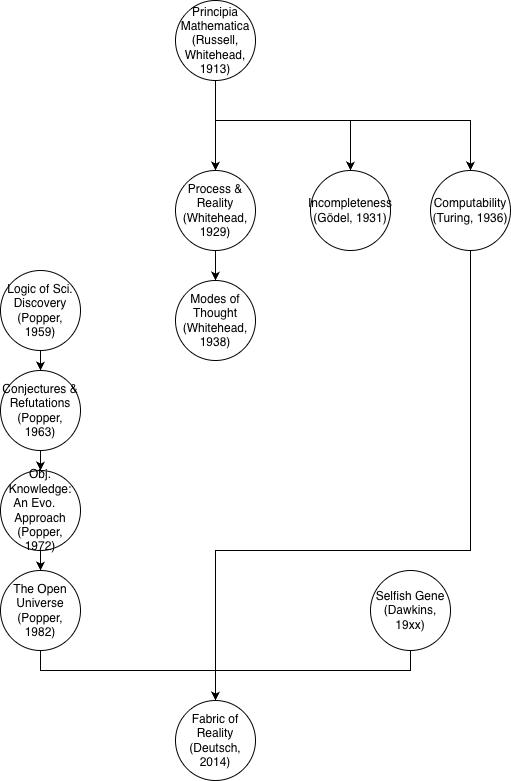
Earlier version of the draw.io export litgraph.drawio.png (cnmy-ro/evo-episteme). Source tidied: cells renumbered, new cells last; positions are measured from the earlier drawing's top-left corner, leaving out a move shared by most shapes. Source of this version:
```xml
<mxGraphModel>
  <root>
    <mxCell id="0" />
    <mxCell id="1" parent="0" />
    <mxCell id="2" style="edgeStyle=orthogonalEdgeStyle;rounded=0;jettySize=auto;html=1;entryX=0.5;entryY=0;entryDx=0;entryDy=0;" parent="1" edge="1" source="5" target="7">
      <mxGeometry relative="1" as="geometry" />
    </mxCell>
    <mxCell id="3" style="edgeStyle=orthogonalEdgeStyle;rounded=0;jettySize=auto;html=1;entryX=0.5;entryY=0;entryDx=0;entryDy=0;" parent="1" edge="1" source="5" target="8">
      <mxGeometry relative="1" as="geometry">
        <Array as="points">
          <mxPoint x="215" y="120" />
          <mxPoint x="350" y="120" />
        </Array>
      </mxGeometry>
    </mxCell>
    <mxCell id="4" style="edgeStyle=orthogonalEdgeStyle;rounded=0;jettySize=auto;html=1;entryX=0.5;entryY=0;entryDx=0;entryDy=0;" parent="1" edge="1" source="5" target="10">
      <mxGeometry relative="1" as="geometry">
        <Array as="points">
          <mxPoint x="215" y="120" />
          <mxPoint x="470" y="120" />
        </Array>
      </mxGeometry>
    </mxCell>
    <mxCell id="5" value="Principia&lt;div&gt;Mathematica&lt;/div&gt;&lt;div&gt;(Russell, Whitehead, 1913)&lt;/div&gt;" style="ellipse;whiteSpace=wrap;html=1;" parent="1" vertex="1">
      <mxGeometry x="175" width="80" height="80" as="geometry" />
    </mxCell>
    <mxCell id="6" style="edgeStyle=orthogonalEdgeStyle;rounded=0;jettySize=auto;html=1;entryX=0.5;entryY=0;entryDx=0;entryDy=0;" parent="1" edge="1" source="7" target="19">
      <mxGeometry relative="1" as="geometry" />
    </mxCell>
    <mxCell id="7" value="Process &amp;amp; Reality&lt;br&gt;&lt;div&gt;(Whitehead, 1929)&lt;/div&gt;" style="ellipse;whiteSpace=wrap;html=1;" parent="1" vertex="1">
      <mxGeometry x="175" y="170" width="80" height="80" as="geometry" />
    </mxCell>
    <mxCell id="8" value="Incompleteness&lt;br&gt;&lt;div&gt;(Gödel, 1931)&lt;/div&gt;" style="ellipse;whiteSpace=wrap;html=1;" parent="1" vertex="1">
      <mxGeometry x="310" y="170" width="80" height="80" as="geometry" />
    </mxCell>
    <mxCell id="9" style="edgeStyle=orthogonalEdgeStyle;rounded=0;jettySize=auto;html=1;entryX=0.5;entryY=0;entryDx=0;entryDy=0;" parent="1" edge="1" source="10" target="20">
      <mxGeometry relative="1" as="geometry">
        <Array as="points">
          <mxPoint x="470" y="550" />
          <mxPoint x="215" y="550" />
        </Array>
      </mxGeometry>
    </mxCell>
    <mxCell id="10" value="Computability&lt;br&gt;&lt;div&gt;(Turing, 1936)&lt;/div&gt;" style="ellipse;whiteSpace=wrap;html=1;" parent="1" vertex="1">
      <mxGeometry x="430" y="170" width="80" height="80" as="geometry" />
    </mxCell>
    <mxCell id="11" style="edgeStyle=orthogonalEdgeStyle;rounded=0;jettySize=auto;html=1;" parent="1" edge="1" source="12" target="18">
      <mxGeometry relative="1" as="geometry" />
    </mxCell>
    <mxCell id="12" value="Conjectures &amp;amp; Refutations&lt;br&gt;&lt;div&gt;(Popper, 1963)&lt;/div&gt;" style="ellipse;whiteSpace=wrap;html=1;" parent="1" vertex="1">
      <mxGeometry y="370" width="80" height="80" as="geometry" />
    </mxCell>
    <mxCell id="13" style="edgeStyle=orthogonalEdgeStyle;rounded=0;jettySize=auto;html=1;entryX=0.5;entryY=0;entryDx=0;entryDy=0;" parent="1" edge="1" source="14" target="20">
      <mxGeometry relative="1" as="geometry">
        <Array as="points">
          <mxPoint x="40" y="670" />
          <mxPoint x="215" y="670" />
        </Array>
      </mxGeometry>
    </mxCell>
    <mxCell id="14" value="The Open Universe&lt;br&gt;&lt;div&gt;(Popper, 1982)&lt;/div&gt;" style="ellipse;whiteSpace=wrap;html=1;" parent="1" vertex="1">
      <mxGeometry y="570" width="80" height="80" as="geometry" />
    </mxCell>
    <mxCell id="15" style="edgeStyle=orthogonalEdgeStyle;rounded=0;jettySize=auto;html=1;entryX=0.5;entryY=0;entryDx=0;entryDy=0;" parent="1" edge="1" source="16" target="12">
      <mxGeometry relative="1" as="geometry" />
    </mxCell>
    <mxCell id="16" value="Logic of Sci. Discovery&lt;br&gt;&lt;div&gt;(Popper, 1959)&lt;/div&gt;" style="ellipse;whiteSpace=wrap;html=1;" parent="1" vertex="1">
      <mxGeometry y="270" width="80" height="80" as="geometry" />
    </mxCell>
    <mxCell id="17" style="edgeStyle=orthogonalEdgeStyle;rounded=0;jettySize=auto;html=1;" parent="1" edge="1" source="18" target="14">
      <mxGeometry relative="1" as="geometry" />
    </mxCell>
    <mxCell id="18" value="Obj. Knowledge: An Evo.&lt;span style=&quot;white-space: pre;&quot;&gt;&#9;&lt;/span&gt; Approach&lt;br&gt;&lt;div&gt;(Popper, 1972)&lt;/div&gt;" style="ellipse;whiteSpace=wrap;html=1;" parent="1" vertex="1">
      <mxGeometry y="470" width="80" height="80" as="geometry" />
    </mxCell>
    <mxCell id="19" value="Modes of Thought&lt;br&gt;&lt;div&gt;(Whitehead, 1938)&lt;/div&gt;" style="ellipse;whiteSpace=wrap;html=1;" parent="1" vertex="1">
      <mxGeometry x="175" y="280" width="80" height="80" as="geometry" />
    </mxCell>
    <mxCell id="20" value="Fabric of Reality&lt;br&gt;&lt;div&gt;(Deutsch, 2014)&lt;/div&gt;" style="ellipse;whiteSpace=wrap;html=1;" parent="1" vertex="1">
      <mxGeometry x="175" y="700" width="80" height="80" as="geometry" />
    </mxCell>
    <mxCell id="21" style="edgeStyle=orthogonalEdgeStyle;rounded=0;jettySize=auto;html=1;entryX=0.5;entryY=0;entryDx=0;entryDy=0;" parent="1" edge="1" source="22" target="20">
      <mxGeometry relative="1" as="geometry">
        <Array as="points">
          <mxPoint x="410" y="670" />
          <mxPoint x="215" y="670" />
        </Array>
      </mxGeometry>
    </mxCell>
    <mxCell id="22" value="Selfish Gene&lt;br&gt;&lt;div&gt;(Dawkins, 19xx)&lt;/div&gt;" style="ellipse;whiteSpace=wrap;html=1;" parent="1" vertex="1">
      <mxGeometry x="370" y="570" width="80" height="80" as="geometry" />
    </mxCell>
  </root>
</mxGraphModel>
```
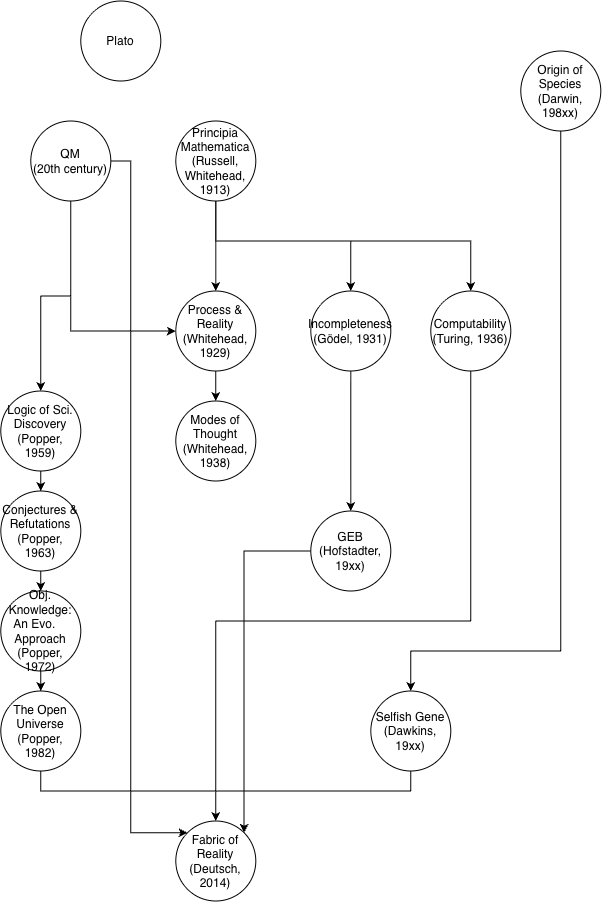
After the commit.

The edit, as a diff of the source:
```diff
@@ -30,14 +30,17 @@
     <mxCell id="7" value="Process &amp;amp; Reality&lt;br&gt;&lt;div&gt;(Whitehead, 1929)&lt;/div&gt;" style="ellipse;whiteSpace=wrap;html=1;" parent="1" vertex="1">
       <mxGeometry x="175" y="170" width="80" height="80" as="geometry" />
     </mxCell>
+    <mxCell id="23" style="edgeStyle=orthogonalEdgeStyle;rounded=0;jettySize=auto;html=1;entryX=0.5;entryY=0;entryDx=0;entryDy=0;" parent="1" edge="1" source="8" target="28">
+      <mxGeometry relative="1" as="geometry" />
+    </mxCell>
     <mxCell id="8" value="Incompleteness&lt;br&gt;&lt;div&gt;(Gödel, 1931)&lt;/div&gt;" style="ellipse;whiteSpace=wrap;html=1;" parent="1" vertex="1">
       <mxGeometry x="310" y="170" width="80" height="80" as="geometry" />
     </mxCell>
     <mxCell id="9" style="edgeStyle=orthogonalEdgeStyle;rounded=0;jettySize=auto;html=1;entryX=0.5;entryY=0;entryDx=0;entryDy=0;" parent="1" edge="1" source="10" target="20">
       <mxGeometry relative="1" as="geometry">
         <Array as="points">
-          <mxPoint x="470" y="550" />
-          <mxPoint x="215" y="550" />
+          <mxPoint x="470" y="500" />
+          <mxPoint x="215" y="500" />
         </Array>
       </mxGeometry>
     </mxCell>
@@ -90,5 +93,46 @@
     <mxCell id="22" value="Selfish Gene&lt;br&gt;&lt;div&gt;(Dawkins, 19xx)&lt;/div&gt;" style="ellipse;whiteSpace=wrap;html=1;" parent="1" vertex="1">
       <mxGeometry x="370" y="570" width="80" height="80" as="geometry" />
     </mxCell>
+    <mxCell id="24" style="edgeStyle=orthogonalEdgeStyle;rounded=0;jettySize=auto;html=1;entryX=0.5;entryY=0;entryDx=0;entryDy=0;" parent="1" edge="1" source="25" target="22">
+      <mxGeometry relative="1" as="geometry">
+        <Array as="points">
+          <mxPoint x="560" y="530" />
+          <mxPoint x="410" y="530" />
+        </Array>
+      </mxGeometry>
+    </mxCell>
+    <mxCell id="25" value="Origin of Species&lt;br&gt;&lt;div&gt;(Darwin, 198xx)&lt;/div&gt;" style="ellipse;whiteSpace=wrap;html=1;" parent="1" vertex="1">
+      <mxGeometry x="520" y="-70" width="80" height="80" as="geometry" />
+    </mxCell>
+    <mxCell id="26" value="Plato" style="ellipse;whiteSpace=wrap;html=1;" parent="1" vertex="1">
+      <mxGeometry x="80" y="-120" width="80" height="80" as="geometry" />
+    </mxCell>
+    <mxCell id="27" style="edgeStyle=orthogonalEdgeStyle;rounded=0;jettySize=auto;html=1;entryX=1;entryY=0;entryDx=0;entryDy=0;" parent="1" edge="1" source="28" target="20">
+      <mxGeometry relative="1" as="geometry" />
+    </mxCell>
+    <mxCell id="28" value="GEB&lt;br&gt;&lt;div&gt;(Hofstadter, 19xx)&lt;/div&gt;" style="ellipse;whiteSpace=wrap;html=1;" parent="1" vertex="1">
+      <mxGeometry x="310" y="390" width="80" height="80" as="geometry" />
+    </mxCell>
+    <mxCell id="29" style="edgeStyle=orthogonalEdgeStyle;rounded=0;jettySize=auto;html=1;entryX=0;entryY=0.5;entryDx=0;entryDy=0;" parent="1" edge="1" source="32" target="7">
+      <mxGeometry relative="1" as="geometry">
+        <Array as="points">
+          <mxPoint x="70" y="210" />
+        </Array>
+      </mxGeometry>
+    </mxCell>
+    <mxCell id="30" style="edgeStyle=orthogonalEdgeStyle;rounded=0;jettySize=auto;html=1;entryX=0.5;entryY=0;entryDx=0;entryDy=0;" parent="1" edge="1" source="32" target="16">
+      <mxGeometry relative="1" as="geometry" />
+    </mxCell>
+    <mxCell id="31" style="edgeStyle=orthogonalEdgeStyle;rounded=0;jettySize=auto;html=1;entryX=0;entryY=0;entryDx=0;entryDy=0;" parent="1" edge="1" source="32" target="20">
+      <mxGeometry relative="1" as="geometry">
+        <Array as="points">
+          <mxPoint x="130" y="40" />
+          <mxPoint x="130" y="711.8" />
+        </Array>
+      </mxGeometry>
+    </mxCell>
+    <mxCell id="32" value="&lt;div&gt;QM&lt;/div&gt;&lt;div&gt;(20th century)&lt;/div&gt;" style="ellipse;whiteSpace=wrap;html=1;" parent="1" vertex="1">
+      <mxGeometry x="30" width="80" height="80" as="geometry" />
+    </mxCell>
   </root>
 </mxGraphModel>
```
